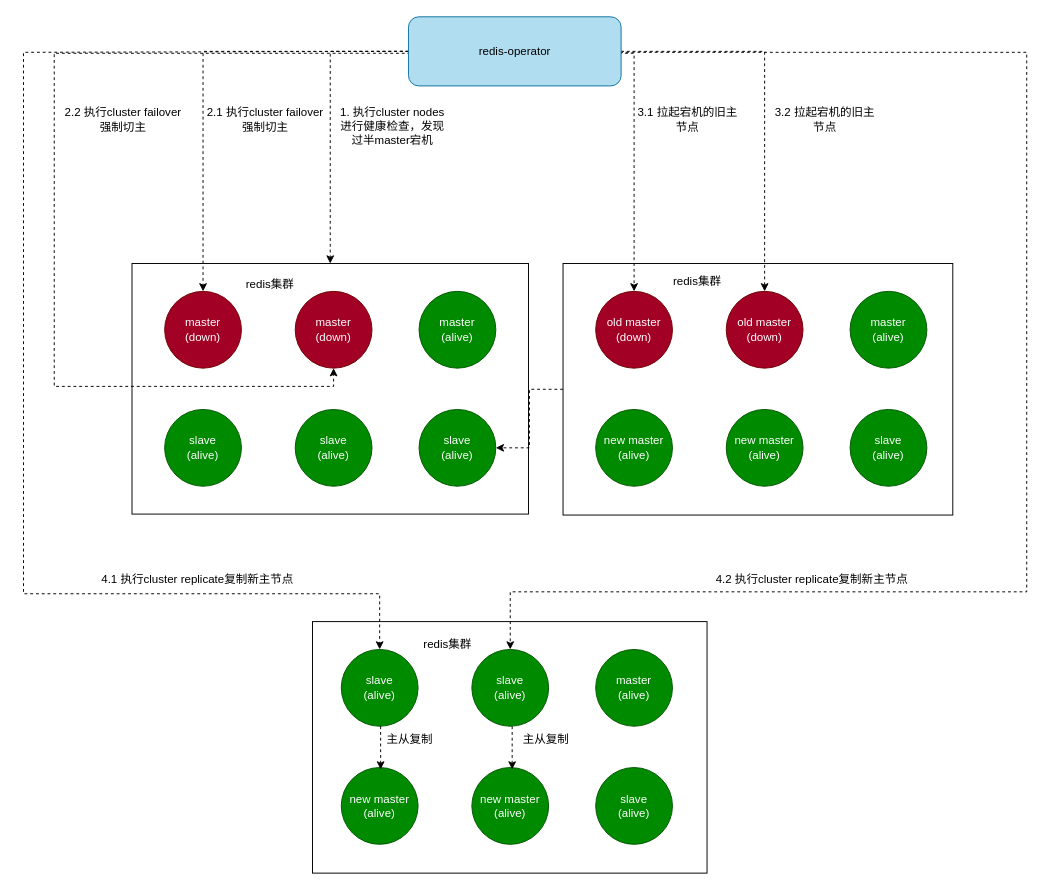
The draw.io diagram diagrams/redis集群过半master节点宕机.drawio in fengyinqiao/cloudimg, before the edit. Source tidied: cells renumbered, new cells numbered last; positions are measured from the earlier drawing's top-left corner, leaving out a move shared by most shapes. Both pictures are drawn from the tidied source at 96%, with x=0, y=0 at pixel (23, 16).
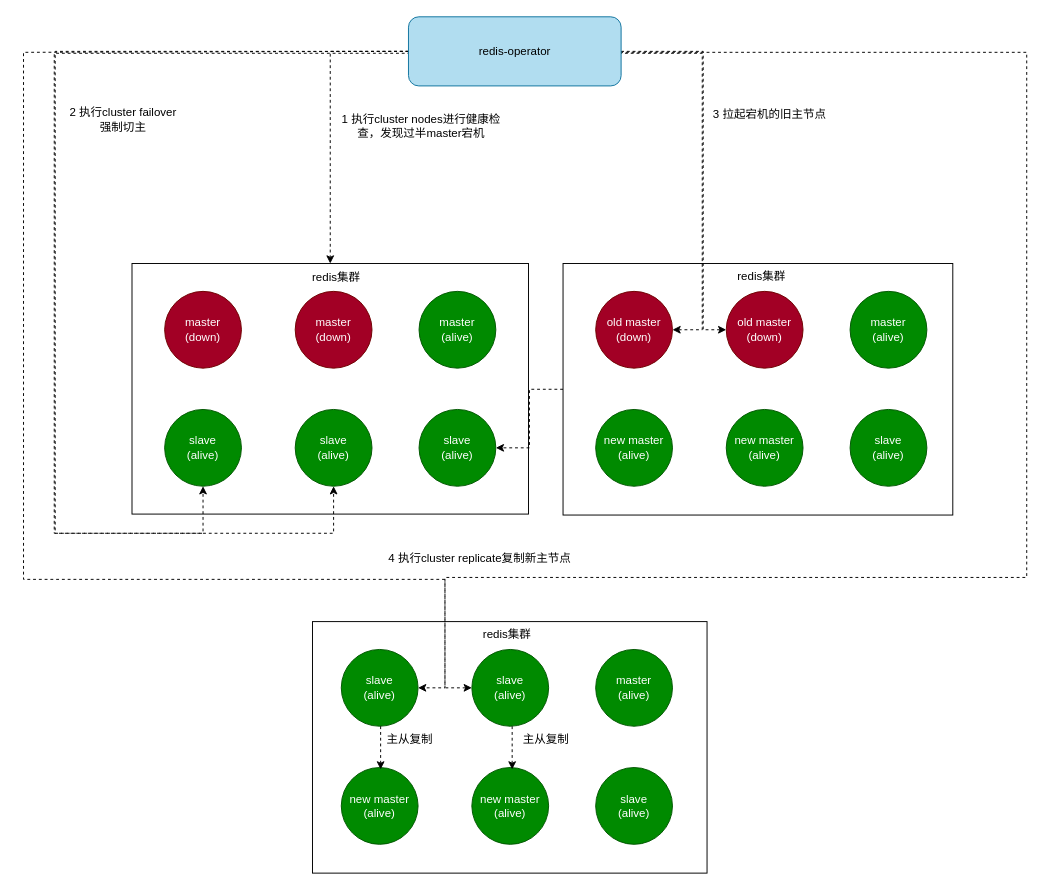
Above is the later version.

Commit message:
更新redis集群过半master节点宕机.drawio

Unchanged cells that the change refers to:
```xml
<mxCell id="4" value="master&lt;br&gt;(down)" style="ellipse;whiteSpace=wrap;html=1;fillColor=#a20025;fontColor=#ffffff;strokeColor=#6F0000;" parent="1" vertex="1">
  <mxGeometry x="147" y="286" width="80" height="80" as="geometry" />
</mxCell>
<mxCell id="5" value="slave&lt;br&gt;(alive)" style="ellipse;whiteSpace=wrap;html=1;fillColor=#008a00;fontColor=#ffffff;strokeColor=#005700;" parent="1" vertex="1">
  <mxGeometry x="147" y="409" width="80" height="80" as="geometry" />
</mxCell>
<mxCell id="6" value="master&lt;br&gt;(down)" style="ellipse;whiteSpace=wrap;html=1;fillColor=#a20025;fontColor=#ffffff;strokeColor=#6F0000;" parent="1" vertex="1">
  <mxGeometry x="283" y="286" width="80" height="80" as="geometry" />
</mxCell>
<mxCell id="7" value="slave&lt;br&gt;(alive)" style="ellipse;whiteSpace=wrap;html=1;fillColor=#008a00;fontColor=#ffffff;strokeColor=#005700;" parent="1" vertex="1">
  <mxGeometry x="283" y="409" width="80" height="80" as="geometry" />
</mxCell>
<mxCell id="16" value="old master&lt;br&gt;(down)" style="ellipse;whiteSpace=wrap;html=1;fillColor=#a20025;fontColor=#ffffff;strokeColor=#6F0000;" parent="1" vertex="1">
  <mxGeometry x="596" y="286" width="80" height="80" as="geometry" />
</mxCell>
<mxCell id="18" value="old master&lt;br&gt;(down)" style="ellipse;whiteSpace=wrap;html=1;fillColor=#a20025;fontColor=#ffffff;strokeColor=#6F0000;" parent="1" vertex="1">
  <mxGeometry x="732" y="286" width="80" height="80" as="geometry" />
</mxCell>
<mxCell id="24" value="slave&lt;br&gt;(alive)" style="ellipse;whiteSpace=wrap;html=1;fillColor=#008a00;fontColor=#ffffff;strokeColor=#005700;" parent="1" vertex="1">
  <mxGeometry x="331" y="659" width="80" height="80" as="geometry" />
</mxCell>
<mxCell id="26" value="slave&lt;br&gt;(alive)" style="ellipse;whiteSpace=wrap;html=1;fillColor=#008a00;fontColor=#ffffff;strokeColor=#005700;" parent="1" vertex="1">
  <mxGeometry x="467" y="659" width="80" height="80" as="geometry" />
</mxCell>
<mxCell id="41" value="redis-operator" style="rounded=1;whiteSpace=wrap;html=1;fillColor=#b1ddf0;strokeColor=#10739e;" parent="1" vertex="1">
  <mxGeometry x="401" width="221.5" height="72" as="geometry" />
</mxCell>
```

Change to the diagram source:
```diff
@@
     <mxCell id="10" style="edgeStyle=orthogonalEdgeStyle;rounded=0;jettySize=auto;html=1;exitX=1;exitY=0.5;exitDx=0;exitDy=0;dashed=1;" parent="1" edge="1" source="41" target="26">
       <mxGeometry relative="1" as="geometry">
         <Array as="points">
           <mxPoint x="1045" y="37" />
-          <mxPoint x="1045" y="599" />
-          <mxPoint x="507" y="599" />
+          <mxPoint x="1045" y="584" />
+          <mxPoint x="439" y="584" />
+          <mxPoint x="439" y="699" />
         </Array>
       </mxGeometry>
     </mxCell>
     <mxCell id="11" style="edgeStyle=orthogonalEdgeStyle;rounded=0;jettySize=auto;html=1;exitX=0;exitY=0.5;exitDx=0;exitDy=0;dashed=1;" parent="1" edge="1" source="41" target="24">
       <mxGeometry relative="1" as="geometry">
         <Array as="points">
           <mxPoint y="37" />
-          <mxPoint y="601" />
-          <mxPoint x="371" y="601" />
+          <mxPoint y="586" />
+          <mxPoint x="439" y="586" />
+          <mxPoint x="439" y="699" />
         </Array>
       </mxGeometry>
     </mxCell>
-    <mxCell id="12" value="2.1 执行cluster failover&lt;br&gt;强制切主" style="text;html=1;strokeColor=none;fillColor=none;align=center;verticalAlign=middle;whiteSpace=wrap;rounded=0;" parent="1" vertex="1">
-      <mxGeometry x="186" y="87" width="131.5" height="40" as="geometry" />
-    </mxCell>
-    <mxCell id="13" value="1. 执行cluster nodes进行健康检查，发现过半master宕机" style="text;html=1;strokeColor=none;fillColor=none;align=center;verticalAlign=middle;whiteSpace=wrap;rounded=0;" parent="1" vertex="1">
-      <mxGeometry x="324" y="99" width="121" height="30" as="geometry" />
+    <mxCell id="13" value="1 执行cluster nodes进行健康检查，发现过半master宕机" style="text;html=1;strokeColor=none;fillColor=none;align=center;verticalAlign=middle;whiteSpace=wrap;rounded=0;" parent="1" vertex="1">
+      <mxGeometry x="324" y="99" width="181" height="30" as="geometry" />
     </mxCell>
@@
-    <mxCell id="22" value="3.1 拉起宕机的旧主节点" style="text;html=1;strokeColor=none;fillColor=none;align=center;verticalAlign=middle;whiteSpace=wrap;rounded=0;" parent="1" vertex="1">
-      <mxGeometry x="635" y="92" width="114" height="30" as="geometry" />
+    <mxCell id="22" value="3 拉起宕机的旧主节点" style="text;html=1;strokeColor=none;fillColor=none;align=center;verticalAlign=middle;whiteSpace=wrap;rounded=0;" parent="1" vertex="1">
+      <mxGeometry x="712" y="87" width="131" height="30" as="geometry" />
     </mxCell>
-    <mxCell id="23" value="3.2 拉起宕机的旧主节点" style="text;html=1;strokeColor=none;fillColor=none;align=center;verticalAlign=middle;whiteSpace=wrap;rounded=0;" parent="1" vertex="1">
-      <mxGeometry x="778" y="92" width="114" height="30" as="geometry" />
-    </mxCell>
@@
-    <mxCell id="32" value="4.1 执行cluster replicate复制新主节点" style="text;html=1;strokeColor=none;fillColor=none;align=center;verticalAlign=middle;whiteSpace=wrap;rounded=0;" parent="1" vertex="1">
-      <mxGeometry x="75" y="571" width="213" height="30" as="geometry" />
+    <mxCell id="32" value="4 执行cluster replicate复制新主节点" style="text;html=1;strokeColor=none;fillColor=none;align=center;verticalAlign=middle;whiteSpace=wrap;rounded=0;" parent="1" vertex="1">
+      <mxGeometry x="369" y="549" width="213" height="30" as="geometry" />
     </mxCell>
@@
-    <mxCell id="35" value="4.2 执行cluster replicate复制新主节点" style="text;html=1;strokeColor=none;fillColor=none;align=center;verticalAlign=middle;whiteSpace=wrap;rounded=0;" parent="1" vertex="1">
-      <mxGeometry x="715" y="571" width="213" height="30" as="geometry" />
-    </mxCell>
-    <mxCell id="36" style="edgeStyle=orthogonalEdgeStyle;rounded=0;jettySize=auto;html=1;exitX=0;exitY=0.5;exitDx=0;exitDy=0;entryX=0.5;entryY=0;entryDx=0;entryDy=0;dashed=1;" parent="1" edge="1" source="41" target="4">
-      <mxGeometry relative="1" as="geometry" />
+    <mxCell id="36" style="edgeStyle=orthogonalEdgeStyle;rounded=0;jettySize=auto;html=1;exitX=0;exitY=0.5;exitDx=0;exitDy=0;entryX=0.5;entryY=1;entryDx=0;entryDy=0;dashed=1;" parent="1" edge="1" source="41" target="5">
+      <mxGeometry relative="1" as="geometry">
+        <Array as="points">
+          <mxPoint x="33" y="36" />
+          <mxPoint x="33" y="538" />
+          <mxPoint x="187" y="538" />
+        </Array>
+      </mxGeometry>
     </mxCell>
@@
-    <mxCell id="38" style="edgeStyle=orthogonalEdgeStyle;rounded=0;jettySize=auto;html=1;exitX=0;exitY=0.5;exitDx=0;exitDy=0;dashed=1;" parent="1" edge="1" source="41" target="6">
+    <mxCell id="38" style="edgeStyle=orthogonalEdgeStyle;rounded=0;jettySize=auto;html=1;exitX=0;exitY=0.5;exitDx=0;exitDy=0;dashed=1;entryX=0.5;entryY=1;entryDx=0;entryDy=0;" parent="1" edge="1" source="41" target="7">
       <mxGeometry relative="1" as="geometry">
         <Array as="points">
+          <mxPoint x="401" y="38" />
           <mxPoint x="32" y="38" />
-          <mxPoint x="32" y="385" />
-          <mxPoint x="323" y="385" />
+          <mxPoint x="32" y="538" />
+          <mxPoint x="323" y="538" />
         </Array>
       </mxGeometry>
     </mxCell>
     <mxCell id="39" style="edgeStyle=orthogonalEdgeStyle;rounded=0;jettySize=auto;html=1;exitX=1;exitY=0.5;exitDx=0;exitDy=0;dashed=1;" parent="1" edge="1" source="41" target="16">
       <mxGeometry relative="1" as="geometry">
         <Array as="points">
-          <mxPoint x="636" y="38" />
+          <mxPoint x="622" y="38" />
+          <mxPoint x="707" y="38" />
+          <mxPoint x="707" y="326" />
         </Array>
       </mxGeometry>
     </mxCell>
     <mxCell id="40" style="edgeStyle=orthogonalEdgeStyle;rounded=0;jettySize=auto;html=1;exitX=1;exitY=0.5;exitDx=0;exitDy=0;dashed=1;" parent="1" edge="1" source="41" target="18">
-      <mxGeometry relative="1" as="geometry" />
+      <mxGeometry relative="1" as="geometry">
+        <Array as="points">
+          <mxPoint x="708" y="36" />
+          <mxPoint x="708" y="326" />
+        </Array>
+      </mxGeometry>
     </mxCell>
@@
-    <mxCell id="42" value="2.2 执行cluster failover&lt;br&gt;强制切主" style="text;html=1;strokeColor=none;fillColor=none;align=center;verticalAlign=middle;whiteSpace=wrap;rounded=0;" parent="1" vertex="1">
+    <mxCell id="42" value="2 执行cluster failover&lt;br&gt;强制切主" style="text;html=1;strokeColor=none;fillColor=none;align=center;verticalAlign=middle;whiteSpace=wrap;rounded=0;" parent="1" vertex="1">
       <mxGeometry x="38" y="87" width="131.5" height="40" as="geometry" />
     </mxCell>
     <mxCell id="43" value="redis集群" style="text;html=1;strokeColor=none;fillColor=none;align=center;verticalAlign=middle;whiteSpace=wrap;rounded=0;" parent="1" vertex="1">
-      <mxGeometry x="227" y="264" width="60" height="30" as="geometry" />
+      <mxGeometry x="296" y="257" width="60" height="30" as="geometry" />
     </mxCell>
     <mxCell id="44" value="redis集群" style="text;html=1;strokeColor=none;fillColor=none;align=center;verticalAlign=middle;whiteSpace=wrap;rounded=0;" parent="1" vertex="1">
-      <mxGeometry x="412" y="639" width="60" height="30" as="geometry" />
+      <mxGeometry x="474" y="629" width="60" height="30" as="geometry" />
     </mxCell>
     <mxCell id="45" value="redis集群" style="text;html=1;strokeColor=none;fillColor=none;align=center;verticalAlign=middle;whiteSpace=wrap;rounded=0;" parent="1" vertex="1">
-      <mxGeometry x="672" y="261" width="60" height="30" as="geometry" />
+      <mxGeometry x="739" y="256" width="60" height="30" as="geometry" />
     </mxCell>
```
